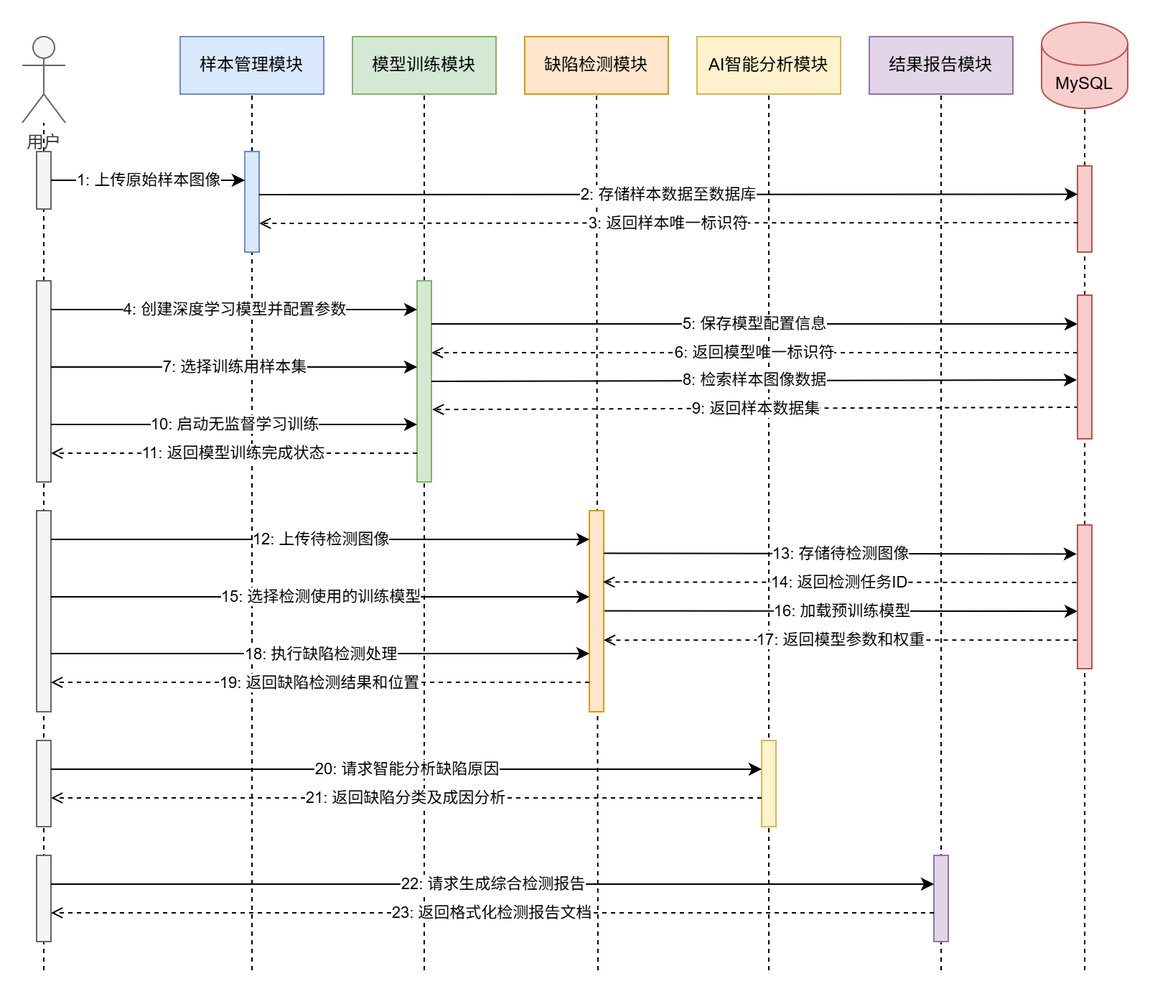
This is 论文/thesis/images/过程视图.png from 211250243/app, a draw.io export, as it was before one commit. Source tidied: cells renumbered, new cells last; positions are measured from the earlier drawing's top-left corner, leaving out a move shared by most shapes.
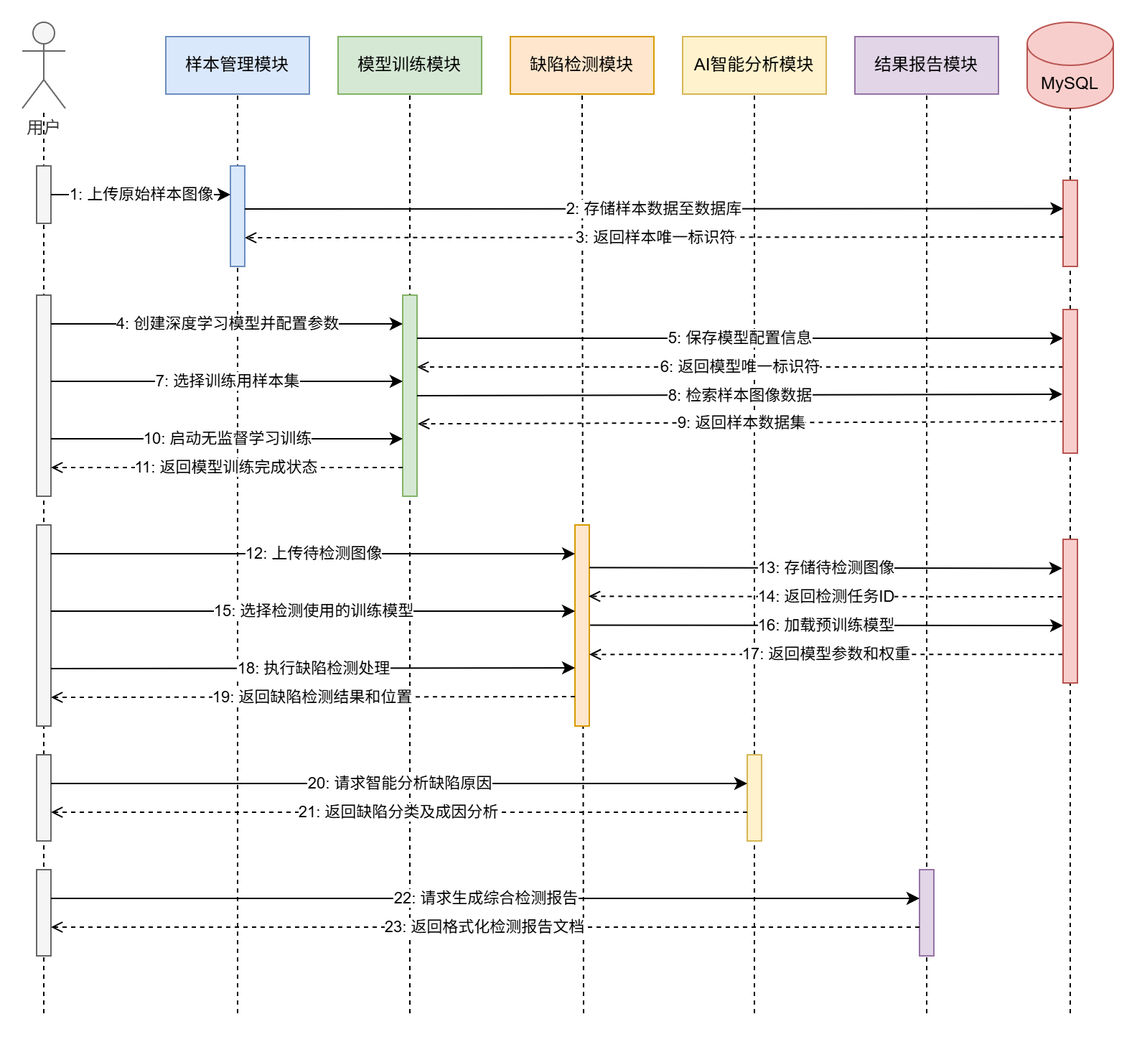
Above is the later version.

Change to the diagram source:
```diff
@@ -3,68 +3,68 @@
     <mxCell id="0" />
     <mxCell id="1" parent="0" />
     <mxCell id="2" value="用户" style="shape=umlActor;verticalLabelPosition=bottom;verticalAlign=top;html=1;fillColor=#f5f5f5;fontColor=#333333;strokeColor=#666666;" parent="1" vertex="1">
-      <mxGeometry y="10" width="30" height="60" as="geometry" />
+      <mxGeometry x="10" y="-10" width="30" height="60" as="geometry" />
     </mxCell>
     <mxCell id="3" value="样本管理模块" style="rounded=0;whiteSpace=wrap;html=1;fillColor=#dae8fc;strokeColor=#6c8ebf;" parent="1" vertex="1">
-      <mxGeometry x="110" y="10" width="100" height="40" as="geometry" />
+      <mxGeometry x="110" width="100" height="40" as="geometry" />
     </mxCell>
     <mxCell id="4" value="模型训练模块" style="rounded=0;whiteSpace=wrap;html=1;fillColor=#d5e8d4;strokeColor=#82b366;" parent="1" vertex="1">
-      <mxGeometry x="230" y="10" width="100" height="40" as="geometry" />
+      <mxGeometry x="230" width="100" height="40" as="geometry" />
     </mxCell>
     <mxCell id="5" value="缺陷检测模块" style="rounded=0;whiteSpace=wrap;html=1;fillColor=#ffe6cc;strokeColor=#d79b00;" parent="1" vertex="1">
-      <mxGeometry x="350" y="10" width="100" height="40" as="geometry" />
+      <mxGeometry x="350" width="100" height="40" as="geometry" />
     </mxCell>
     <mxCell id="6" value="AI智能分析模块" style="rounded=0;whiteSpace=wrap;html=1;fillColor=#fff2cc;strokeColor=#d6b656;" parent="1" vertex="1">
-      <mxGeometry x="470" y="10" width="100" height="40" as="geometry" />
+      <mxGeometry x="470" width="100" height="40" as="geometry" />
     </mxCell>
     <mxCell id="7" value="结果报告模块" style="rounded=0;whiteSpace=wrap;html=1;fillColor=#e1d5e7;strokeColor=#9673a6;" parent="1" vertex="1">
-      <mxGeometry x="590" y="10" width="100" height="40" as="geometry" />
+      <mxGeometry x="590" width="100" height="40" as="geometry" />
     </mxCell>
     <mxCell id="8" value="MySQL" style="shape=cylinder3;whiteSpace=wrap;html=1;boundedLbl=1;backgroundOutline=1;size=15;fillColor=#f8cecc;strokeColor=#b85450;" parent="1" vertex="1">
-      <mxGeometry x="710" width="60" height="60" as="geometry" />
+      <mxGeometry x="710" y="-10" width="60" height="60" as="geometry" />
     </mxCell>
     <mxCell id="9" style="endArrow=none;dashed=1;html=1;rounded=0;entryX=0.5;entryY=1;entryDx=0;entryDy=0;" parent="1" edge="1" target="2">
       <mxGeometry relative="1" as="geometry">
-        <mxPoint x="15" y="660" as="sourcePoint" />
+        <mxPoint x="25" y="680" as="sourcePoint" />
       </mxGeometry>
     </mxCell>
     <mxCell id="10" style="endArrow=none;dashed=1;html=1;rounded=0;entryX=0.5;entryY=1;entryDx=0;entryDy=0;" parent="1" edge="1" target="3">
       <mxGeometry relative="1" as="geometry">
-        <mxPoint x="160" y="660" as="sourcePoint" />
+        <mxPoint x="160" y="680" as="sourcePoint" />
       </mxGeometry>
     </mxCell>
     <mxCell id="11" style="endArrow=none;dashed=1;html=1;rounded=0;entryX=0.5;entryY=1;entryDx=0;entryDy=0;" parent="1" edge="1" target="4">
       <mxGeometry relative="1" as="geometry">
-        <mxPoint x="280" y="660" as="sourcePoint" />
+        <mxPoint x="280" y="680" as="sourcePoint" />
       </mxGeometry>
     </mxCell>
     <mxCell id="12" style="endArrow=none;dashed=1;html=1;rounded=0;entryX=0.5;entryY=1;entryDx=0;entryDy=0;" parent="1" edge="1" target="5">
       <mxGeometry relative="1" as="geometry">
-        <mxPoint x="401" y="660" as="sourcePoint" />
+        <mxPoint x="401" y="680" as="sourcePoint" />
       </mxGeometry>
     </mxCell>
     <mxCell id="13" style="endArrow=none;dashed=1;html=1;rounded=0;entryX=0.5;entryY=1;entryDx=0;entryDy=0;" parent="1" edge="1" target="6">
       <mxGeometry relative="1" as="geometry">
-        <mxPoint x="520" y="660" as="sourcePoint" />
+        <mxPoint x="520" y="680" as="sourcePoint" />
       </mxGeometry>
     </mxCell>
     <mxCell id="14" style="endArrow=none;dashed=1;html=1;rounded=0;entryX=0.5;entryY=1;entryDx=0;entryDy=0;" parent="1" edge="1" target="7">
       <mxGeometry relative="1" as="geometry">
-        <mxPoint x="640" y="660" as="sourcePoint" />
+        <mxPoint x="640" y="680" as="sourcePoint" />
       </mxGeometry>
     </mxCell>
     <mxCell id="15" style="endArrow=none;dashed=1;html=1;rounded=0;entryX=0.5;entryY=1;entryDx=0;entryDy=0;entryPerimeter=0;" parent="1" edge="1" source="52" target="8">
       <mxGeometry relative="1" as="geometry" />
     </mxCell>
     <mxCell id="16" style="html=1;perimeter=orthogonalPerimeter;fillColor=#f5f5f5;fontColor=#333333;strokeColor=#666666;" parent="1" vertex="1">
-      <mxGeometry x="10" y="90" width="10" height="40" as="geometry" />
+      <mxGeometry x="20" y="90" width="10" height="40" as="geometry" />
     </mxCell>
     <mxCell id="17" style="html=1;perimeter=orthogonalPerimeter;fillColor=#dae8fc;strokeColor=#6c8ebf;" parent="1" vertex="1">
       <mxGeometry x="155" y="90" width="10" height="70" as="geometry" />
     </mxCell>
     <mxCell id="18" value="1: 上传原始样本图像" style="endArrow=classic;html=1;rounded=0;" parent="1" edge="1">
       <mxGeometry relative="1" as="geometry">
-        <mxPoint x="20" y="110" as="sourcePoint" />
+        <mxPoint x="30" y="110" as="sourcePoint" />
         <mxPoint x="155" y="110" as="targetPoint" />
       </mxGeometry>
     </mxCell>
@@ -82,14 +82,14 @@
       </mxGeometry>
     </mxCell>
     <mxCell id="22" style="html=1;perimeter=orthogonalPerimeter;fillColor=#f5f5f5;fontColor=#333333;strokeColor=#666666;" parent="1" vertex="1">
-      <mxGeometry x="10" y="180" width="10" height="140" as="geometry" />
+      <mxGeometry x="20" y="180" width="10" height="140" as="geometry" />
     </mxCell>
     <mxCell id="23" style="html=1;points=[];perimeter=orthogonalPerimeter;fillColor=#d5e8d4;strokeColor=#82b366;" parent="1" vertex="1">
       <mxGeometry x="275" y="180" width="10" height="140" as="geometry" />
     </mxCell>
-    <mxCell id="24" value="4: 创建深度学习模型并配置参数" style="endArrow=classic;html=1;rounded=0;exitX=1;exitY=0.214;exitDx=0;exitDy=0;entryX=0;entryY=0.214;entryDx=0;entryDy=0;exitPerimeter=0;entryPerimeter=0;" parent="1" edge="1">
+    <mxCell id="24" value="4: 创建深度学习模型并配置参数" style="endArrow=classic;html=1;rounded=0;entryX=0;entryY=0.214;entryDx=0;entryDy=0;entryPerimeter=0;" parent="1" edge="1">
       <mxGeometry relative="1" as="geometry">
-        <mxPoint x="20" y="200" as="sourcePoint" />
+        <mxPoint x="30" y="200" as="sourcePoint" />
         <mxPoint x="275" y="200" as="targetPoint" />
       </mxGeometry>
     </mxCell>
@@ -104,9 +104,9 @@
         <mxPoint x="285" y="230" as="targetPoint" />
       </mxGeometry>
     </mxCell>
-    <mxCell id="27" value="7: 选择训练用样本集" style="endArrow=classic;html=1;rounded=0;exitX=1;exitY=0.571;exitDx=0;exitDy=0;entryX=0;entryY=0.571;entryDx=0;entryDy=0;exitPerimeter=0;entryPerimeter=0;" parent="1" edge="1">
+    <mxCell id="27" value="7: 选择训练用样本集" style="endArrow=classic;html=1;rounded=0;entryX=0;entryY=0.571;entryDx=0;entryDy=0;entryPerimeter=0;" parent="1" edge="1">
       <mxGeometry relative="1" as="geometry">
-        <mxPoint x="20" y="240" as="sourcePoint" />
+        <mxPoint x="30" y="240" as="sourcePoint" />
         <mxPoint x="275" y="240" as="targetPoint" />
       </mxGeometry>
     </mxCell>
@@ -118,20 +118,20 @@
     <mxCell id="29" value="9: 返回样本数据集" style="endArrow=open;html=1;rounded=0;exitX=0.075;exitY=0.78;exitDx=0;exitDy=0;entryX=1.055;entryY=0.64;entryDx=0;entryDy=0;dashed=1;endFill=0;entryPerimeter=0;exitPerimeter=0;" parent="1" edge="1" source="52" target="23">
       <mxGeometry relative="1" as="geometry" />
     </mxCell>
-    <mxCell id="30" value="10: 启动无监督学习训练" style="endArrow=classic;html=1;rounded=0;exitX=1;exitY=0.857;exitDx=0;exitDy=0;entryX=0;entryY=0.857;entryDx=0;entryDy=0;exitPerimeter=0;entryPerimeter=0;" parent="1" edge="1">
+    <mxCell id="30" value="10: 启动无监督学习训练" style="endArrow=classic;html=1;rounded=0;entryX=0;entryY=0.857;entryDx=0;entryDy=0;entryPerimeter=0;" parent="1" edge="1">
       <mxGeometry relative="1" as="geometry">
-        <mxPoint x="20" y="280" as="sourcePoint" />
+        <mxPoint x="30" y="280" as="sourcePoint" />
         <mxPoint x="275" y="280" as="targetPoint" />
       </mxGeometry>
     </mxCell>
-    <mxCell id="31" value="11: 返回模型训练完成状态" style="endArrow=open;html=1;rounded=0;exitX=0;exitY=0.929;exitDx=0;exitDy=0;entryX=1;entryY=0.929;entryDx=0;entryDy=0;dashed=1;exitPerimeter=0;entryPerimeter=0;endFill=0;" parent="1" edge="1">
+    <mxCell id="31" value="11: 返回模型训练完成状态" style="endArrow=open;html=1;rounded=0;exitX=0;exitY=0.929;exitDx=0;exitDy=0;dashed=1;exitPerimeter=0;endFill=0;" parent="1" edge="1">
       <mxGeometry relative="1" as="geometry">
         <mxPoint x="275" y="300" as="sourcePoint" />
-        <mxPoint x="20" y="300" as="targetPoint" />
+        <mxPoint x="30" y="300" as="targetPoint" />
       </mxGeometry>
     </mxCell>
     <mxCell id="32" style="html=1;points=[];perimeter=orthogonalPerimeter;fillColor=#f5f5f5;fontColor=#333333;strokeColor=#666666;" parent="1" vertex="1">
-      <mxGeometry x="10" y="340" width="10" height="140" as="geometry" />
+      <mxGeometry x="20" y="340" width="10" height="140" as="geometry" />
     </mxCell>
     <mxCell id="33" style="html=1;points=[];perimeter=orthogonalPerimeter;fillColor=#ffe6cc;strokeColor=#d79b00;" parent="1" vertex="1">
       <mxGeometry x="395" y="340" width="10" height="140" as="geometry" />
@@ -145,9 +145,9 @@
     <mxCell id="36" value="14: 返回检测任务ID" style="endArrow=open;html=1;rounded=0;exitX=-0.081;exitY=0.4;exitDx=0;exitDy=0;entryX=0.95;entryY=0.355;entryDx=0;entryDy=0;dashed=1;endFill=0;exitPerimeter=0;entryPerimeter=0;" parent="1" edge="1" source="54" target="33">
       <mxGeometry relative="1" as="geometry" />
     </mxCell>
-    <mxCell id="37" value="15: 选择检测使用的训练模型" style="endArrow=classic;html=1;rounded=0;exitX=1;exitY=0.5;exitDx=0;exitDy=0;entryX=0;entryY=0.5;entryDx=0;entryDy=0;" parent="1" edge="1">
+    <mxCell id="37" value="15: 选择检测使用的训练模型" style="endArrow=classic;html=1;rounded=0;entryX=0;entryY=0.5;entryDx=0;entryDy=0;" parent="1" edge="1">
       <mxGeometry relative="1" as="geometry">
-        <mxPoint x="20" y="400" as="sourcePoint" />
+        <mxPoint x="30" y="400" as="sourcePoint" />
         <mxPoint x="395" y="400" as="targetPoint" />
       </mxGeometry>
     </mxCell>
@@ -160,52 +160,52 @@
     <mxCell id="39" value="17: 返回模型参数和权重" style="endArrow=open;html=1;rounded=0;exitX=-0.034;exitY=0.801;exitDx=0;exitDy=0;entryX=1;entryY=0.644;entryDx=0;entryDy=0;dashed=1;endFill=0;exitPerimeter=0;entryPerimeter=0;" parent="1" edge="1" source="54" target="33">
       <mxGeometry relative="1" as="geometry" />
     </mxCell>
-    <mxCell id="40" value="18: 执行缺陷检测处理" style="endArrow=classic;html=1;rounded=0;exitX=1;exitY=0.786;exitDx=0;exitDy=0;entryX=0;entryY=0.786;entryDx=0;entryDy=0;exitPerimeter=0;entryPerimeter=0;" parent="1" edge="1">
+    <mxCell id="40" value="18: 执行缺陷检测处理" style="endArrow=classic;html=1;rounded=0;entryX=0;entryY=0.786;entryDx=0;entryDy=0;entryPerimeter=0;" parent="1" edge="1">
       <mxGeometry relative="1" as="geometry">
-        <mxPoint x="20" y="439.5" as="sourcePoint" />
+        <mxPoint x="30" y="440" as="sourcePoint" />
         <mxPoint x="395" y="439.5" as="targetPoint" />
       </mxGeometry>
     </mxCell>
-    <mxCell id="41" value="19: 返回缺陷检测结果和位置" style="endArrow=open;html=1;rounded=0;exitX=0;exitY=0.929;exitDx=0;exitDy=0;entryX=1;entryY=0.929;entryDx=0;entryDy=0;dashed=1;endFill=0;exitPerimeter=0;entryPerimeter=0;" parent="1" edge="1">
+    <mxCell id="41" value="19: 返回缺陷检测结果和位置" style="endArrow=open;html=1;rounded=0;exitX=0;exitY=0.929;exitDx=0;exitDy=0;dashed=1;endFill=0;exitPerimeter=0;" parent="1" edge="1">
       <mxGeometry relative="1" as="geometry">
         <mxPoint x="395" y="459.5" as="sourcePoint" />
-        <mxPoint x="20" y="459.5" as="targetPoint" />
+        <mxPoint x="30" y="460" as="targetPoint" />
       </mxGeometry>
     </mxCell>
     <mxCell id="42" style="html=1;perimeter=orthogonalPerimeter;fillColor=#f5f5f5;fontColor=#333333;strokeColor=#666666;" parent="1" vertex="1">
-      <mxGeometry x="10" y="500" width="10" height="60" as="geometry" />
+      <mxGeometry x="20" y="500" width="10" height="60" as="geometry" />
     </mxCell>
     <mxCell id="43" style="html=1;perimeter=orthogonalPerimeter;fillColor=#fff2cc;strokeColor=#d6b656;" parent="1" vertex="1">
       <mxGeometry x="515" y="500" width="10" height="60" as="geometry" />
     </mxCell>
-    <mxCell id="44" value="20: 请求智能分析缺陷原因" style="endArrow=classic;html=1;rounded=0;exitX=1;exitY=0.25;exitDx=0;exitDy=0;entryX=0;entryY=0.25;entryDx=0;entryDy=0;" parent="1" edge="1">
+    <mxCell id="44" value="20: 请求智能分析缺陷原因" style="endArrow=classic;html=1;rounded=0;entryX=0;entryY=0.25;entryDx=0;entryDy=0;" parent="1" edge="1">
       <mxGeometry relative="1" as="geometry">
-        <mxPoint x="20" y="520" as="sourcePoint" />
+        <mxPoint x="30" y="520" as="sourcePoint" />
         <mxPoint x="515" y="520" as="targetPoint" />
       </mxGeometry>
     </mxCell>
-    <mxCell id="45" value="21: 返回缺陷分类及成因分析" style="endArrow=open;html=1;rounded=0;exitX=0;exitY=0.75;exitDx=0;exitDy=0;entryX=1;entryY=0.75;entryDx=0;entryDy=0;dashed=1;endFill=0;" parent="1" edge="1">
+    <mxCell id="45" value="21: 返回缺陷分类及成因分析" style="endArrow=open;html=1;rounded=0;exitX=0;exitY=0.75;exitDx=0;exitDy=0;dashed=1;endFill=0;" parent="1" edge="1">
       <mxGeometry relative="1" as="geometry">
         <mxPoint x="515" y="540" as="sourcePoint" />
-        <mxPoint x="20" y="540" as="targetPoint" />
+        <mxPoint x="30" y="540" as="targetPoint" />
       </mxGeometry>
     </mxCell>
     <mxCell id="46" style="html=1;perimeter=orthogonalPerimeter;fillColor=#f5f5f5;fontColor=#333333;strokeColor=#666666;" parent="1" vertex="1">
-      <mxGeometry x="10" y="580" width="10" height="60" as="geometry" />
+      <mxGeometry x="20" y="580" width="10" height="60" as="geometry" />
     </mxCell>
     <mxCell id="47" style="html=1;perimeter=orthogonalPerimeter;fillColor=#e1d5e7;strokeColor=#9673a6;" parent="1" vertex="1">
       <mxGeometry x="635" y="580" width="10" height="60" as="geometry" />
     </mxCell>
-    <mxCell id="48" value="22: 请求生成综合检测报告" style="endArrow=classic;html=1;rounded=0;exitX=1;exitY=0.25;exitDx=0;exitDy=0;entryX=0;entryY=0.25;entryDx=0;entryDy=0;" parent="1" edge="1">
+    <mxCell id="48" value="22: 请求生成综合检测报告" style="endArrow=classic;html=1;rounded=0;entryX=0;entryY=0.25;entryDx=0;entryDy=0;" parent="1" edge="1">
       <mxGeometry relative="1" as="geometry">
-        <mxPoint x="20" y="600" as="sourcePoint" />
+        <mxPoint x="30" y="600" as="sourcePoint" />
         <mxPoint x="635" y="600" as="targetPoint" />
       </mxGeometry>
     </mxCell>
-    <mxCell id="49" value="23: 返回格式化检测报告文档" style="endArrow=open;html=1;rounded=0;exitX=0;exitY=0.75;exitDx=0;exitDy=0;entryX=1;entryY=0.75;entryDx=0;entryDy=0;dashed=1;endFill=0;" parent="1" edge="1">
+    <mxCell id="49" value="23: 返回格式化检测报告文档" style="endArrow=open;html=1;rounded=0;exitX=0;exitY=0.75;exitDx=0;exitDy=0;dashed=1;endFill=0;" parent="1" edge="1">
       <mxGeometry relative="1" as="geometry">
         <mxPoint x="635" y="620" as="sourcePoint" />
-        <mxPoint x="20" y="620" as="targetPoint" />
+        <mxPoint x="30" y="620" as="targetPoint" />
       </mxGeometry>
     </mxCell>
     <mxCell id="50" style="endArrow=open;html=1;rounded=0;entryX=1;entryY=0.5;entryDx=0;entryDy=0;dashed=1;endFill=0;" parent="1" edge="1" target="52">
@@ -221,7 +221,7 @@
     </mxCell>
     <mxCell id="53" style="endArrow=none;dashed=1;html=1;rounded=0;entryX=0.5;entryY=1;entryDx=0;entryDy=0;entryPerimeter=0;" parent="1" edge="1" target="54">
       <mxGeometry relative="1" as="geometry">
-        <mxPoint x="740" y="660" as="sourcePoint" />
+        <mxPoint x="740" y="680" as="sourcePoint" />
       </mxGeometry>
     </mxCell>
     <mxCell id="54" style="html=1;points=[];perimeter=orthogonalPerimeter;fillColor=#f8cecc;strokeColor=#b85450;" parent="1" vertex="1">
```
